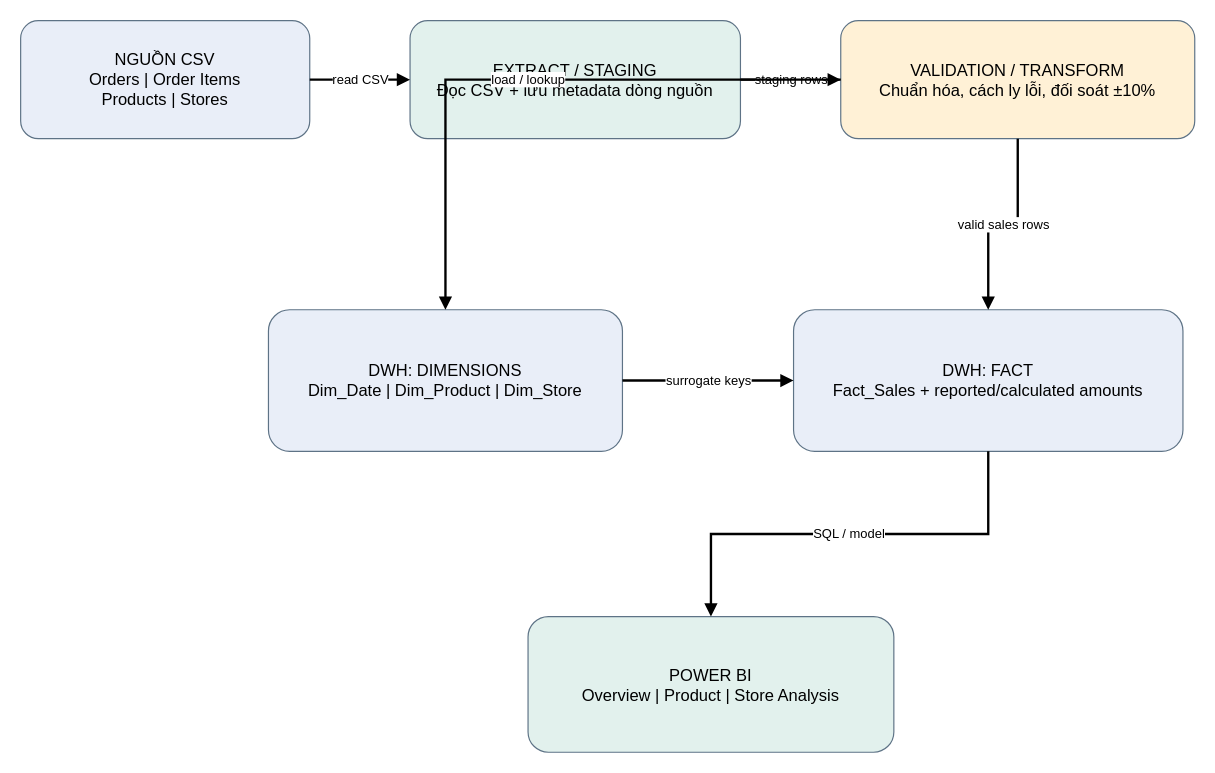
This is docs/architecture.drawio from legiahuy12052005nt-cloud/cdtn1_LeGiaHuy_L6, a draw.io file, before an edit. Source tidied: cells renumbered, new cells numbered last; positions are measured from the earlier drawing's top-left corner, leaving out a move shared by most shapes. Both pictures are drawn from the tidied source at 118%, with x=0, y=0 at pixel (20, 20).
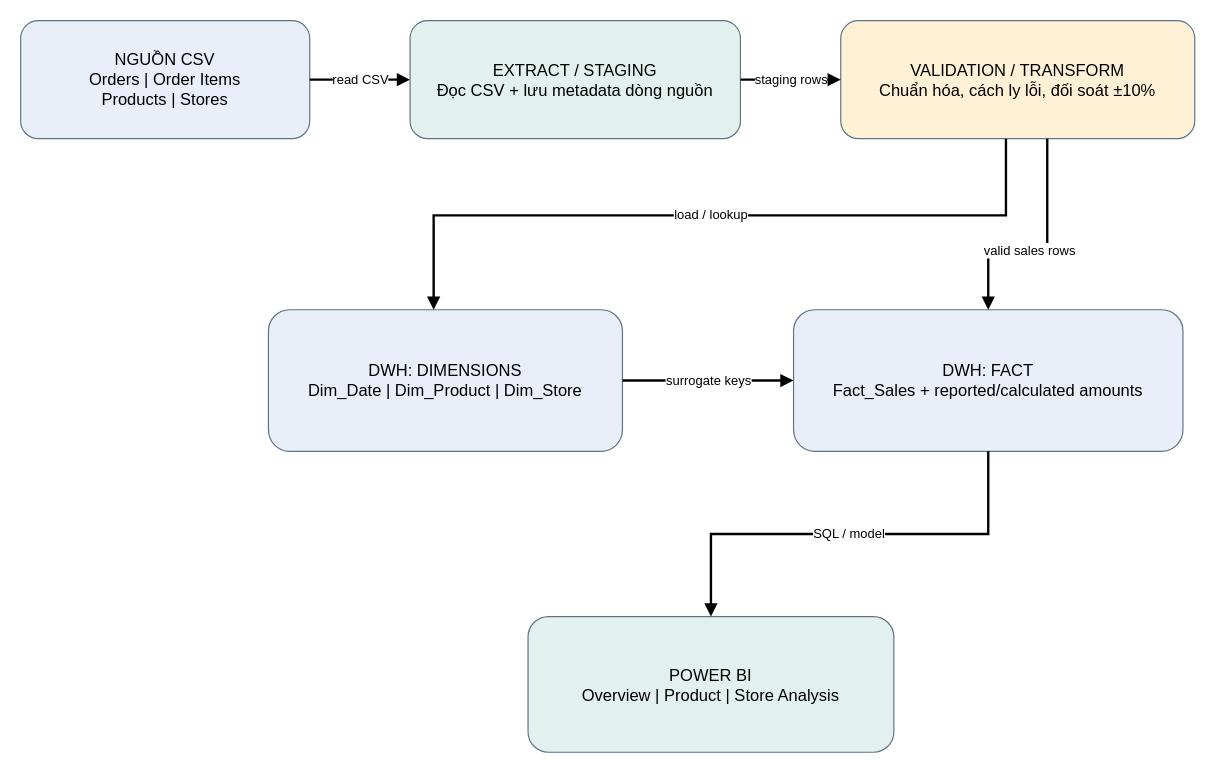
Above is the later version.

Commit message (it also covers changes not shown here):
Cập nhật hoàn thành bài làm

The edit, as a diff of the source:
```diff
@@
 <mxGraphModel>
   <root>
     <mxCell id="0" />
     <mxCell id="1" parent="0" />
     <mxCell id="2" value="NGUỒN CSV&lt;br&gt;Orders | Order Items&lt;br&gt;Products | Stores" style="rounded=1;whiteSpace=wrap;html=1;fillColor=#e9eef8;strokeColor=#5e7386;fontSize=14;align=center;verticalAlign=middle;" parent="1" vertex="1">
       <mxGeometry width="245" height="100" as="geometry" />
     </mxCell>
     <mxCell id="3" value="EXTRACT / STAGING&lt;br&gt;Đọc CSV + lưu metadata dòng nguồn" style="rounded=1;whiteSpace=wrap;html=1;fillColor=#e2f1ed;strokeColor=#5e7386;fontSize=14;align=center;verticalAlign=middle;" parent="1" vertex="1">
       <mxGeometry x="330" width="280" height="100" as="geometry" />
     </mxCell>
     <mxCell id="4" value="VALIDATION / TRANSFORM&lt;br&gt;Chuẩn hóa, cách ly lỗi, đối soát ±10%" style="rounded=1;whiteSpace=wrap;html=1;fillColor=#fff1d6;strokeColor=#5e7386;fontSize=14;align=center;verticalAlign=middle;" parent="1" vertex="1">
       <mxGeometry x="695" width="300" height="100" as="geometry" />
     </mxCell>
     <mxCell id="5" value="DWH: DIMENSIONS&lt;br&gt;Dim_Date | Dim_Product | Dim_Store" style="rounded=1;whiteSpace=wrap;html=1;fillColor=#e9eef8;strokeColor=#5e7386;fontSize=14;align=center;verticalAlign=middle;" parent="1" vertex="1">
       <mxGeometry x="210" y="245" width="300" height="120" as="geometry" />
     </mxCell>
     <mxCell id="6" value="DWH: FACT&lt;br&gt;Fact_Sales + reported/calculated amounts" style="rounded=1;whiteSpace=wrap;html=1;fillColor=#e9eef8;strokeColor=#5e7386;fontSize=14;align=center;verticalAlign=middle;" parent="1" vertex="1">
       <mxGeometry x="655" y="245" width="330" height="120" as="geometry" />
     </mxCell>
     <mxCell id="7" value="POWER BI&lt;br&gt;Overview | Product | Store Analysis" style="rounded=1;whiteSpace=wrap;html=1;fillColor=#e2f1ed;strokeColor=#5e7386;fontSize=14;align=center;verticalAlign=middle;" parent="1" vertex="1">
       <mxGeometry x="430" y="505" width="310" height="115" as="geometry" />
     </mxCell>
     <mxCell id="8" value="read CSV" style="endArrow=block;html=1;rounded=0;strokeWidth=2;edgeStyle=orthogonalEdgeStyle;fontSize=11;" parent="1" edge="1" source="2" target="3">
       <mxGeometry relative="1" as="geometry" />
     </mxCell>
     <mxCell id="9" value="staging rows" style="endArrow=block;html=1;rounded=0;strokeWidth=2;edgeStyle=orthogonalEdgeStyle;fontSize=11;" parent="1" edge="1" source="3" target="4">
       <mxGeometry relative="1" as="geometry" />
     </mxCell>
-    <mxCell id="10" value="load / lookup" style="endArrow=block;html=1;rounded=0;strokeWidth=2;edgeStyle=orthogonalEdgeStyle;fontSize=11;" parent="1" edge="1" source="4" target="5">
-      <mxGeometry relative="1" as="geometry" />
+    <mxCell id="10" value="load / lookup" style="endArrow=block;html=1;rounded=0;strokeWidth=2;edgeStyle=orthogonalEdgeStyle;fontSize=11;" parent="1" edge="1">
+      <mxGeometry relative="1" as="geometry">
+        <mxPoint x="835" y="100" as="sourcePoint" />
+        <mxPoint x="350" y="245" as="targetPoint" />
+        <Array as="points">
+          <mxPoint x="835" y="165" />
+          <mxPoint x="350" y="165" />
+        </Array>
+      </mxGeometry>
     </mxCell>
     <mxCell id="11" value="surrogate keys" style="endArrow=block;html=1;rounded=0;strokeWidth=2;edgeStyle=orthogonalEdgeStyle;fontSize=11;" parent="1" edge="1" source="5" target="6">
       <mxGeometry relative="1" as="geometry" />
     </mxCell>
     <mxCell id="12" value="valid sales rows" style="endArrow=block;html=1;rounded=0;strokeWidth=2;edgeStyle=orthogonalEdgeStyle;fontSize=11;" parent="1" edge="1" source="4" target="6">
-      <mxGeometry relative="1" as="geometry" />
+      <mxGeometry x="0.13" relative="1" as="geometry">
+        <Array as="points">
+          <mxPoint x="870" y="195" />
+          <mxPoint x="820" y="195" />
+        </Array>
+      </mxGeometry>
     </mxCell>
     <mxCell id="13" value="SQL / model" style="endArrow=block;html=1;rounded=0;strokeWidth=2;edgeStyle=orthogonalEdgeStyle;fontSize=11;" parent="1" edge="1" source="6" target="7">
       <mxGeometry relative="1" as="geometry" />
     </mxCell>
   </root>
 </mxGraphModel>
```
